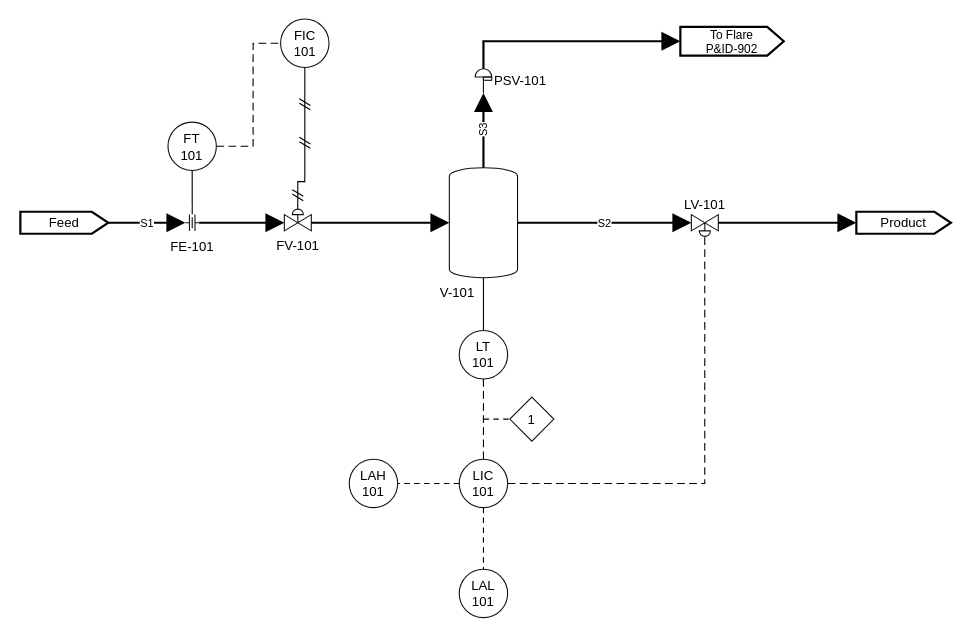
This is drawio-samples/04_control_loop.drawio from Alpha9463/pandid, a draw.io file, before an edit. Source tidied: cells renumbered, new cells numbered last; positions are measured from the earlier drawing's top-left corner, leaving out a move shared by most shapes. Both pictures are drawn from the tidied source at 110%, with x=0, y=0 at pixel (20, 19).
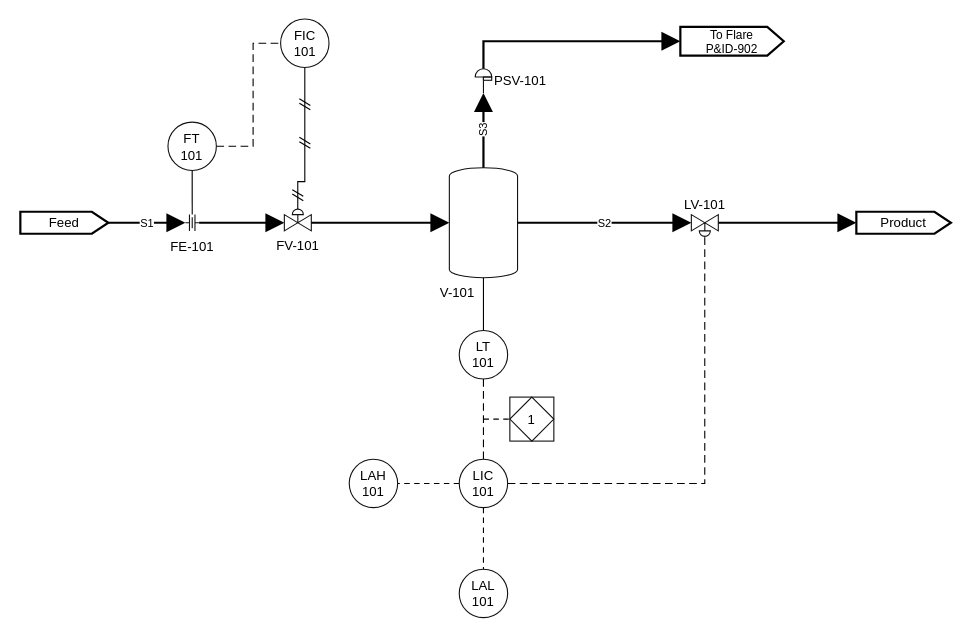
After the change.

Commit message (it also covers changes not shown here):
fix(drawio): give the SIS balloon back the square its diamond is inscribed in

The edit, as a diff of the source:
```diff
@@
-    <mxCell id="38" value="1" style="html=1;shape=rhombus;rounded=0;whiteSpace=wrap;strokeColor=#111;fillColor=#ffffff;strokeWidth=1;verticalLabelPosition=middle;verticalAlign=middle;align=center;fontSize=12;" parent="1" vertex="1">
+    <mxCell id="38" value="1" style="html=1;rounded=0;whiteSpace=wrap;strokeColor=#111;fillColor=#ffffff;strokeWidth=1;verticalLabelPosition=middle;verticalAlign=middle;align=center;fontSize=12;" parent="1" vertex="1">
       <mxGeometry x="445" y="343.5" width="40" height="40" as="geometry" />
     </mxCell>
+    <mxCell id="39" style="shape=rhombus;rounded=0;html=1;strokeColor=#111;fillColor=none;strokeWidth=1;" parent="38" vertex="1">
+      <mxGeometry width="40" height="40" as="geometry" />
+    </mxCell>
```
